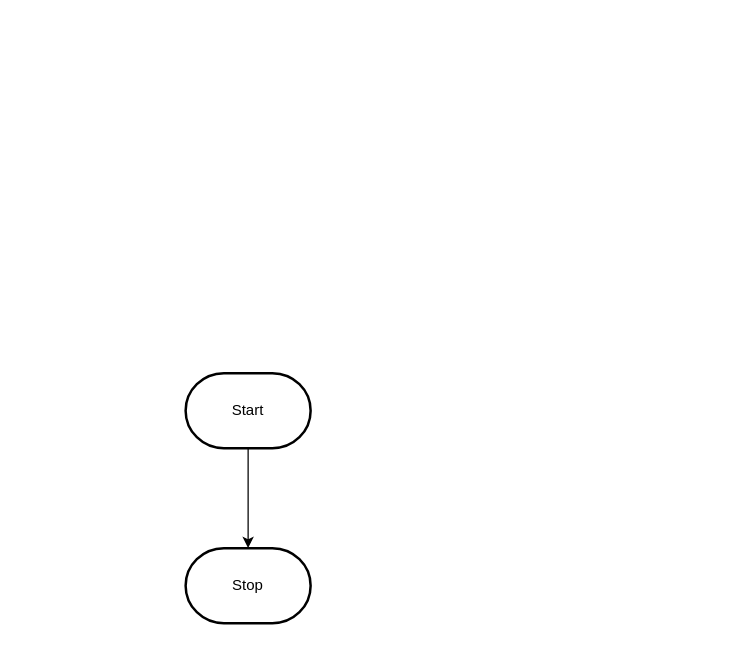
MTHS-ICD2O-1-2023/ICD2O-Unit-5-01-Gabriel-Zanardi keeps this draw.io diagram as design/flowchart.drawio. Above is the earlier version. Source tidied: cells renumbered, new cells numbered last; positions are measured from the earlier drawing's top-left corner, leaving out a move shared by most shapes. Both pictures are drawn from the tidied source at 125%, with x=0, y=0 at pixel (185, 372).
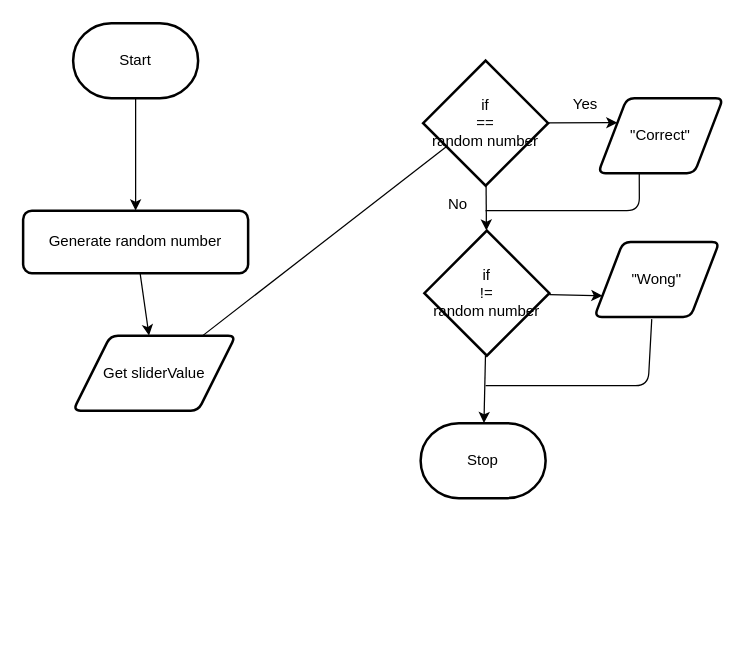
The same diagram, later.

Commit message (it also covers changes not shown here):
init flowchart

What changed in the source:
```diff
@@
-    <mxCell id="2" style="edgeStyle=orthogonalEdgeStyle;html=1;rounded=0;" parent="1" edge="1" source="3" target="4">
-      <mxGeometry relative="1" as="geometry" />
-    </mxCell>
+    <mxCell id="5" style="edgeStyle=none;html=1;entryX=0.5;entryY=0;entryDx=0;entryDy=0;" parent="1" edge="1" source="3" target="2">
+      <mxGeometry relative="1" as="geometry" />
+    </mxCell>
     <mxCell id="3" value="Start" style="strokeWidth=2;html=1;shape=mxgraph.flowchart.terminator;whiteSpace=wrap;" parent="1" vertex="1">
-      <mxGeometry width="100" height="60" as="geometry" />
+      <mxGeometry x="-90" y="-280" width="100" height="60" as="geometry" />
     </mxCell>
     <mxCell id="4" value="Stop" style="strokeWidth=2;html=1;shape=mxgraph.flowchart.terminator;whiteSpace=wrap;" parent="1" vertex="1">
-      <mxGeometry y="140" width="100" height="60" as="geometry" />
+      <mxGeometry x="188" y="40" width="100" height="60" as="geometry" />
     </mxCell>
+    <mxCell id="6" style="edgeStyle=none;html=1;" parent="1" edge="1" source="2" target="8">
+      <mxGeometry relative="1" as="geometry" />
+    </mxCell>
+    <mxCell id="2" value="Generate random number" style="rounded=1;whiteSpace=wrap;html=1;absoluteArcSize=1;arcSize=14;strokeWidth=2;" parent="1" vertex="1">
+      <mxGeometry x="-130" y="-130" width="180" height="50" as="geometry" />
+    </mxCell>
+    <mxCell id="7" style="edgeStyle=none;html=1;entryX=0.3;entryY=0.6;entryDx=0;entryDy=0;entryPerimeter=0;" parent="1" edge="1" source="8" target="11">
+      <mxGeometry relative="1" as="geometry" />
+    </mxCell>
+    <mxCell id="8" value="Get sliderValue" style="shape=parallelogram;html=1;strokeWidth=2;perimeter=parallelogramPerimeter;whiteSpace=wrap;rounded=1;arcSize=12;size=0.23;" parent="1" vertex="1">
+      <mxGeometry x="-90" y="-30" width="130" height="60" as="geometry" />
+    </mxCell>
+    <mxCell id="9" style="edgeStyle=none;html=1;entryX=0;entryY=0.25;entryDx=0;entryDy=0;" parent="1" edge="1" source="11" target="12">
+      <mxGeometry relative="1" as="geometry" />
+    </mxCell>
+    <mxCell id="10" style="edgeStyle=none;html=1;" parent="1" edge="1" source="11" target="15">
+      <mxGeometry relative="1" as="geometry" />
+    </mxCell>
+    <mxCell id="11" value="if&lt;br&gt;==&lt;br&gt;random number" style="strokeWidth=2;html=1;shape=mxgraph.flowchart.decision;whiteSpace=wrap;" parent="1" vertex="1">
+      <mxGeometry x="190" y="-250" width="100" height="100" as="geometry" />
+    </mxCell>
+    <mxCell id="12" value="&quot;Correct&quot;" style="shape=parallelogram;html=1;strokeWidth=2;perimeter=parallelogramPerimeter;whiteSpace=wrap;rounded=1;arcSize=12;size=0.23;" parent="1" vertex="1">
+      <mxGeometry x="330" y="-220" width="100" height="60" as="geometry" />
+    </mxCell>
+    <mxCell id="13" style="edgeStyle=none;html=1;entryX=0;entryY=0.75;entryDx=0;entryDy=0;" parent="1" edge="1" source="15" target="19">
+      <mxGeometry relative="1" as="geometry" />
+    </mxCell>
+    <mxCell id="14" style="edgeStyle=none;html=1;" parent="1" edge="1" source="15" target="4">
+      <mxGeometry relative="1" as="geometry" />
+    </mxCell>
+    <mxCell id="15" value="if&lt;br&gt;!=&lt;br&gt;random number" style="strokeWidth=2;html=1;shape=mxgraph.flowchart.decision;whiteSpace=wrap;" parent="1" vertex="1">
+      <mxGeometry x="191" y="-114" width="100" height="100" as="geometry" />
+    </mxCell>
+    <mxCell id="16" value="Yes" style="text;html=1;strokeColor=none;fillColor=none;align=center;verticalAlign=middle;whiteSpace=wrap;rounded=0;" parent="1" vertex="1">
+      <mxGeometry x="290" y="-230" width="60" height="30" as="geometry" />
+    </mxCell>
+    <mxCell id="17" value="No" style="text;html=1;strokeColor=none;fillColor=none;align=center;verticalAlign=middle;whiteSpace=wrap;rounded=0;" parent="1" vertex="1">
+      <mxGeometry x="188" y="-150" width="60" height="30" as="geometry" />
+    </mxCell>
+    <mxCell id="18" style="endArrow=none;html=1;entryX=0.329;entryY=0.996;entryDx=0;entryDy=0;entryPerimeter=0;" parent="1" edge="1" target="12">
+      <mxGeometry relative="1" as="geometry">
+        <mxPoint x="240" y="-130" as="sourcePoint" />
+        <Array as="points">
+          <mxPoint x="363" y="-130" />
+        </Array>
+      </mxGeometry>
+    </mxCell>
+    <mxCell id="19" value="&quot;Wong&quot;" style="shape=parallelogram;html=1;strokeWidth=2;perimeter=parallelogramPerimeter;whiteSpace=wrap;rounded=1;arcSize=12;size=0.23;" parent="1" vertex="1">
+      <mxGeometry x="327" y="-105" width="100" height="60" as="geometry" />
+    </mxCell>
+    <mxCell id="20" style="endArrow=none;html=1;entryX=0.329;entryY=0.996;entryDx=0;entryDy=0;entryPerimeter=0;" parent="1" edge="1">
+      <mxGeometry relative="1" as="geometry">
+        <mxPoint x="240" y="10" as="sourcePoint" />
+        <mxPoint x="372.9" y="-43.2" as="targetPoint" />
+        <Array as="points">
+          <mxPoint x="310" y="10" />
+          <mxPoint x="370" y="10" />
+        </Array>
+      </mxGeometry>
+    </mxCell>
```
